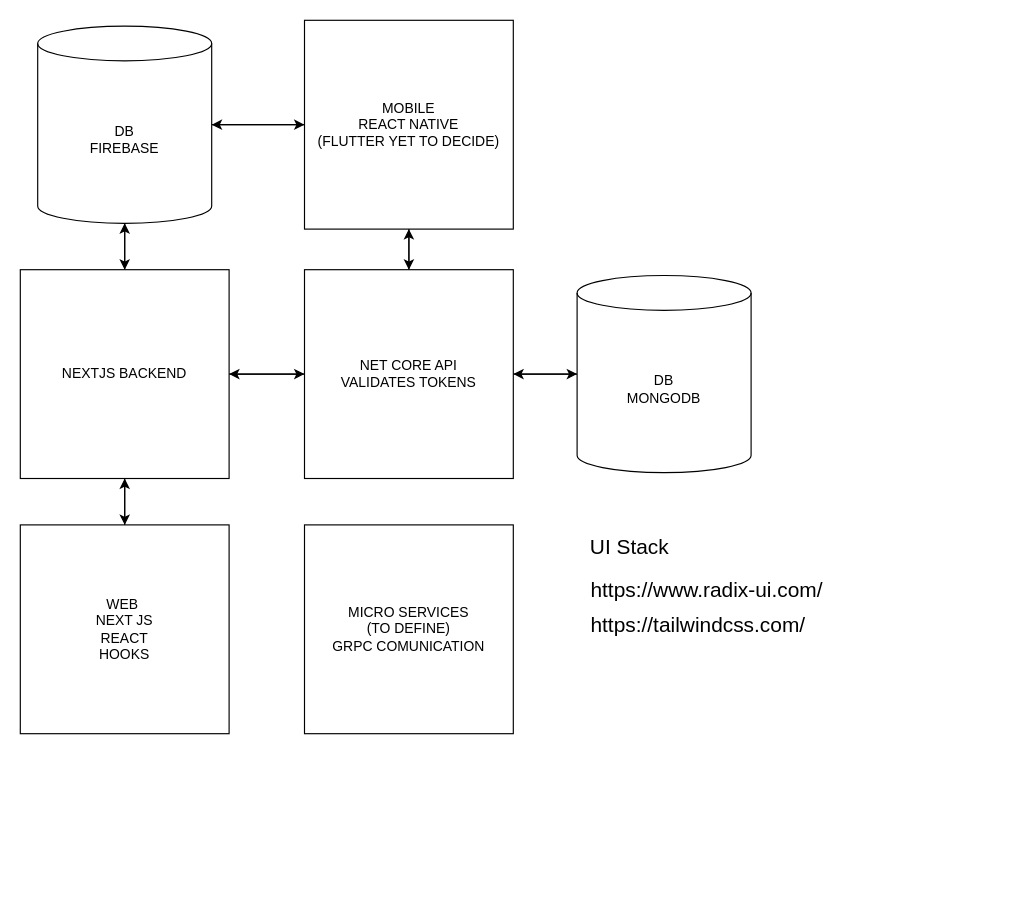
Above: page "React Alternative" (1 of 2) of diagrams/GYM_STACK.drawio in emanulz/gym_ctl_planner (draw.io), before the change. Source tidied: cells renumbered, new cells numbered last; positions are measured from the earlier drawing's top-left corner, leaving out a move shared by most shapes. Both pictures are drawn from the tidied source at 116%, with x=0, y=0 at pixel (20, 20).
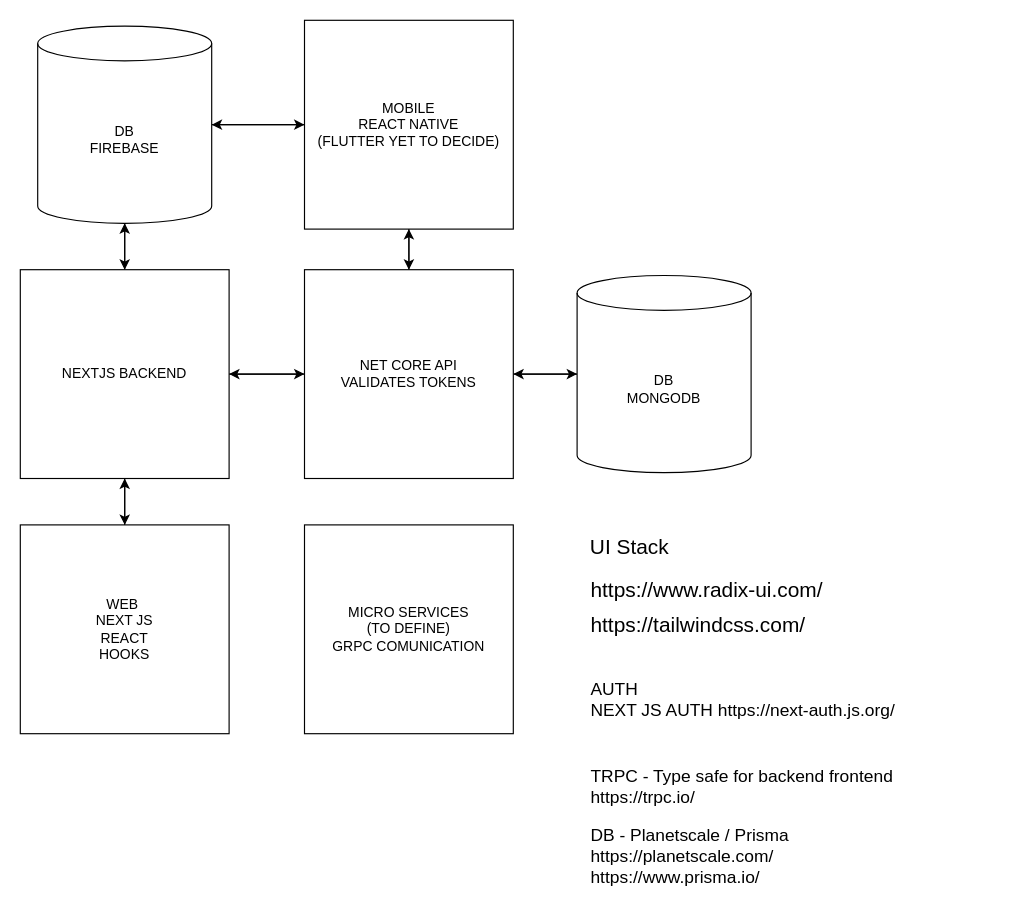
The same page after the edit.

What changed in the source:
```diff
@@
+    <mxCell id="24" value="&lt;div style=&quot;font-size: 15px;&quot;&gt;&lt;span style=&quot;background-color: initial; font-size: 15px;&quot;&gt;AUTH&lt;/span&gt;&lt;/div&gt;NEXT JS AUTH&amp;nbsp;https://next-auth.js.org/&amp;nbsp;" style="text;html=1;align=left;verticalAlign=middle;strokeColor=none;fillColor=none;fontSize=15;" parent="1" vertex="1">
+      <mxGeometry x="490" y="560" width="290" height="50" as="geometry" />
+    </mxCell>
+    <mxCell id="25" value="&lt;div style=&quot;font-size: 15px;&quot;&gt;&lt;span style=&quot;background-color: initial; font-size: 15px;&quot;&gt;TRPC - Type safe for backend frontend&lt;/span&gt;&lt;/div&gt;https://trpc.io/" style="text;html=1;align=left;verticalAlign=middle;strokeColor=none;fillColor=none;fontSize=15;" parent="1" vertex="1">
+      <mxGeometry x="490" y="635" width="280" height="50" as="geometry" />
+    </mxCell>
+    <mxCell id="26" value="&lt;div style=&quot;font-size: 15px;&quot;&gt;&lt;span style=&quot;background-color: initial; font-size: 15px;&quot;&gt;DB - Planetscale / Prisma&amp;nbsp;&lt;/span&gt;&lt;/div&gt;https://planetscale.com/&lt;br&gt;https://www.prisma.io/" style="text;html=1;align=left;verticalAlign=middle;strokeColor=none;fillColor=none;fontSize=15;" parent="1" vertex="1">
+      <mxGeometry x="490" y="685" width="200" height="70" as="geometry" />
+    </mxCell>
```
